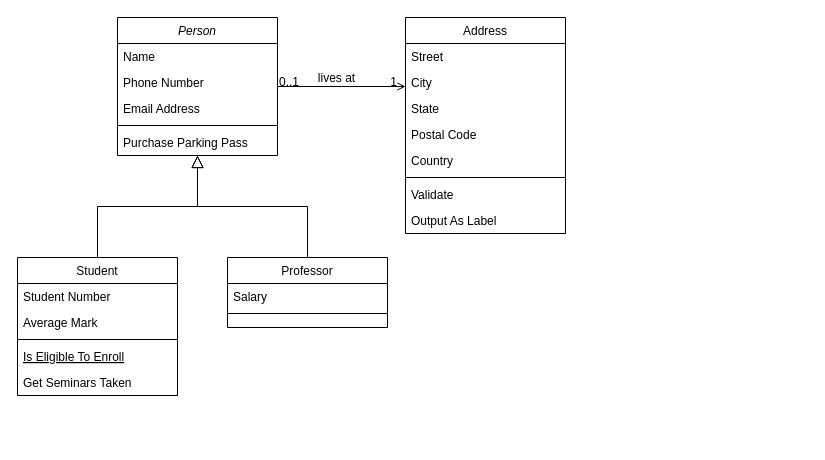
Above: flight-management/Flight Management.drawio in Furkanber/patika-oop (draw.io), before the change. Source tidied: cells renumbered, new cells numbered last; positions are measured from the earlier drawing's top-left corner, leaving out a move shared by most shapes. Both pictures are drawn from the tidied source at 100%, with x=0, y=0 at pixel (17, 17).
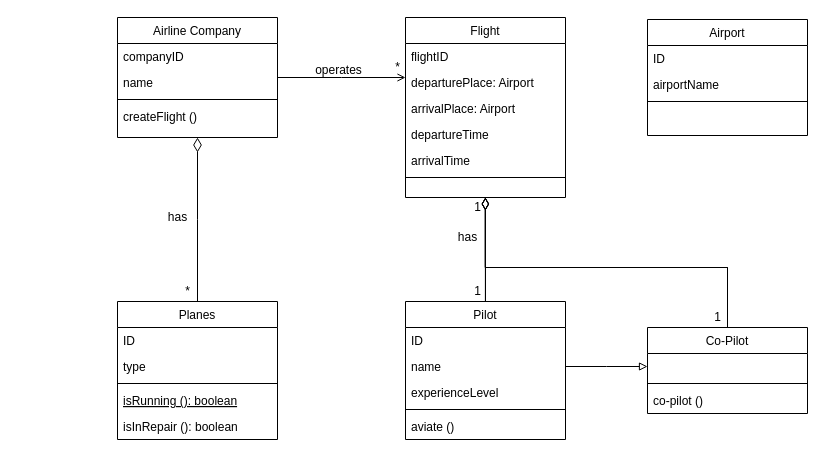
The same diagram, later.

Unchanged cells that the change refers to:
```xml
<mxCell id="28" style="endArrow=open;shadow=0;strokeWidth=1;rounded=0;endFill=1;edgeStyle=elbowEdgeStyle;elbow=vertical;" parent="1" edge="1" source="2" target="19">
  <mxGeometry x="0.5" y="41" relative="1" as="geometry">
    <mxPoint x="-40" y="32" as="offset" />
  </mxGeometry>
</mxCell>
```

The edit, as a diff of the source:
```diff
@@
-    <mxCell id="2" value="Person" style="swimlane;fontStyle=2;align=center;verticalAlign=top;horizontal=1;startSize=26;rounded=0;shadow=0;strokeWidth=1;" parent="1" vertex="1">
-      <mxGeometry x="100" width="160" height="138" as="geometry" />
+    <mxCell id="2" value="Airline Company" style="swimlane;fontStyle=0;align=center;verticalAlign=top;horizontal=1;startSize=26;rounded=0;shadow=0;strokeWidth=1;" parent="1" vertex="1">
+      <mxGeometry x="100" width="160" height="120" as="geometry" />
     </mxCell>
-    <mxCell id="3" value="Name" style="text;align=left;verticalAlign=top;spacingLeft=4;spacingRight=4;overflow=hidden;" parent="2" vertex="1">
+    <mxCell id="3" value="companyID" style="text;align=left;verticalAlign=top;spacingLeft=4;spacingRight=4;overflow=hidden;" parent="2" vertex="1">
       <mxGeometry y="26" width="160" height="26" as="geometry" />
     </mxCell>
-    <mxCell id="4" value="Phone Number" style="text;align=left;verticalAlign=top;spacingLeft=4;spacingRight=4;overflow=hidden;rounded=0;shadow=0;html=0;" parent="2" vertex="1">
+    <mxCell id="4" value="name" style="text;align=left;verticalAlign=top;spacingLeft=4;spacingRight=4;overflow=hidden;rounded=0;shadow=0;html=0;" parent="2" vertex="1">
       <mxGeometry y="52" width="160" height="26" as="geometry" />
     </mxCell>
-    <mxCell id="5" value="Email Address" style="text;align=left;verticalAlign=top;spacingLeft=4;spacingRight=4;overflow=hidden;rounded=0;shadow=0;html=0;" parent="2" vertex="1">
-      <mxGeometry y="78" width="160" height="26" as="geometry" />
-    </mxCell>
     <mxCell id="6" style="line;html=1;strokeWidth=1;align=left;verticalAlign=middle;spacingTop=-1;spacingLeft=3;spacingRight=3;labelPosition=right;" parent="2" vertex="1">
-      <mxGeometry y="104" width="160" height="8" as="geometry" />
+      <mxGeometry y="78" width="160" height="8" as="geometry" />
     </mxCell>
-    <mxCell id="7" value="Purchase Parking Pass" style="text;align=left;verticalAlign=top;spacingLeft=4;spacingRight=4;overflow=hidden;" parent="2" vertex="1">
-      <mxGeometry y="112" width="160" height="26" as="geometry" />
+    <mxCell id="7" value="createFlight ()" style="text;align=left;verticalAlign=top;spacingLeft=4;spacingRight=4;overflow=hidden;" parent="2" vertex="1">
+      <mxGeometry y="86" width="160" height="26" as="geometry" />
     </mxCell>
-    <mxCell id="8" value="Student" style="swimlane;fontStyle=0;align=center;verticalAlign=top;horizontal=1;startSize=26;rounded=0;shadow=0;strokeWidth=1;" parent="1" vertex="1">
-      <mxGeometry y="240" width="160" height="138" as="geometry" />
+    <mxCell id="8" value="Planes" style="swimlane;fontStyle=0;align=center;verticalAlign=top;horizontal=1;startSize=26;rounded=0;shadow=0;strokeWidth=1;" parent="1" vertex="1">
+      <mxGeometry x="100" y="284" width="160" height="138" as="geometry" />
     </mxCell>
-    <mxCell id="9" value="Student Number" style="text;align=left;verticalAlign=top;spacingLeft=4;spacingRight=4;overflow=hidden;" parent="8" vertex="1">
+    <mxCell id="9" value="ID" style="text;align=left;verticalAlign=top;spacingLeft=4;spacingRight=4;overflow=hidden;" parent="8" vertex="1">
       <mxGeometry y="26" width="160" height="26" as="geometry" />
     </mxCell>
-    <mxCell id="10" value="Average Mark" style="text;align=left;verticalAlign=top;spacingLeft=4;spacingRight=4;overflow=hidden;rounded=0;shadow=0;html=0;" parent="8" vertex="1">
+    <mxCell id="10" value="type" style="text;align=left;verticalAlign=top;spacingLeft=4;spacingRight=4;overflow=hidden;rounded=0;shadow=0;html=0;" parent="8" vertex="1">
       <mxGeometry y="52" width="160" height="26" as="geometry" />
     </mxCell>
@@
-    <mxCell id="12" value="Is Eligible To Enroll" style="text;align=left;verticalAlign=top;spacingLeft=4;spacingRight=4;overflow=hidden;fontStyle=4;" parent="8" vertex="1">
+    <mxCell id="12" value="isRunning (): boolean" style="text;align=left;verticalAlign=top;spacingLeft=4;spacingRight=4;overflow=hidden;fontStyle=4;" parent="8" vertex="1">
       <mxGeometry y="86" width="160" height="26" as="geometry" />
     </mxCell>
-    <mxCell id="13" value="Get Seminars Taken" style="text;align=left;verticalAlign=top;spacingLeft=4;spacingRight=4;overflow=hidden;" parent="8" vertex="1">
+    <mxCell id="13" value="isInRepair (): boolean" style="text;align=left;verticalAlign=top;spacingLeft=4;spacingRight=4;overflow=hidden;" parent="8" vertex="1">
       <mxGeometry y="112" width="160" height="26" as="geometry" />
     </mxCell>
-    <mxCell id="14" style="endArrow=block;endSize=10;endFill=0;shadow=0;strokeWidth=1;rounded=0;edgeStyle=elbowEdgeStyle;elbow=vertical;" parent="1" edge="1" source="8" target="2">
+    <mxCell id="14" style="endArrow=diamondThin;endSize=12;endFill=0;shadow=0;strokeWidth=1;rounded=0;edgeStyle=elbowEdgeStyle;elbow=vertical;" parent="1" edge="1" source="8" target="2">
       <mxGeometry relative="1" as="geometry" />
     </mxCell>
-    <mxCell id="15" value="Professor" style="swimlane;fontStyle=0;align=center;verticalAlign=top;horizontal=1;startSize=26;rounded=0;shadow=0;strokeWidth=1;" parent="1" vertex="1">
-      <mxGeometry x="210" y="240" width="160" height="70" as="geometry" />
-    </mxCell>
-    <mxCell id="16" value="Salary" style="text;align=left;verticalAlign=top;spacingLeft=4;spacingRight=4;overflow=hidden;" parent="15" vertex="1">
-      <mxGeometry y="26" width="160" height="26" as="geometry" />
-    </mxCell>
-    <mxCell id="17" style="line;html=1;strokeWidth=1;align=left;verticalAlign=middle;spacingTop=-1;spacingLeft=3;spacingRight=3;labelPosition=right;" parent="15" vertex="1">
-      <mxGeometry y="52" width="160" height="8" as="geometry" />
-    </mxCell>
-    <mxCell id="18" style="endArrow=block;endSize=10;endFill=0;shadow=0;strokeWidth=1;rounded=0;edgeStyle=elbowEdgeStyle;elbow=vertical;" parent="1" edge="1" source="15" target="2">
-      <mxGeometry relative="1" as="geometry" />
-    </mxCell>
-    <mxCell id="19" value="Address" style="swimlane;fontStyle=0;align=center;verticalAlign=top;horizontal=1;startSize=26;rounded=0;shadow=0;strokeWidth=1;" parent="1" vertex="1">
-      <mxGeometry x="388" width="160" height="216" as="geometry" />
+    <mxCell id="19" value="Flight" style="swimlane;fontStyle=0;align=center;verticalAlign=top;horizontal=1;startSize=26;rounded=0;shadow=0;strokeWidth=1;" parent="1" vertex="1">
+      <mxGeometry x="388" width="160" height="180" as="geometry" />
     </mxCell>
-    <mxCell id="20" value="Street" style="text;align=left;verticalAlign=top;spacingLeft=4;spacingRight=4;overflow=hidden;" parent="19" vertex="1">
+    <mxCell id="20" value="flightID" style="text;align=left;verticalAlign=top;spacingLeft=4;spacingRight=4;overflow=hidden;" parent="19" vertex="1">
       <mxGeometry y="26" width="160" height="26" as="geometry" />
     </mxCell>
-    <mxCell id="21" value="City" style="text;align=left;verticalAlign=top;spacingLeft=4;spacingRight=4;overflow=hidden;rounded=0;shadow=0;html=0;" parent="19" vertex="1">
+    <mxCell id="21" value="departurePlace: Airport" style="text;align=left;verticalAlign=top;spacingLeft=4;spacingRight=4;overflow=hidden;rounded=0;shadow=0;html=0;" parent="19" vertex="1">
       <mxGeometry y="52" width="160" height="26" as="geometry" />
     </mxCell>
-    <mxCell id="22" value="State" style="text;align=left;verticalAlign=top;spacingLeft=4;spacingRight=4;overflow=hidden;rounded=0;shadow=0;html=0;" parent="19" vertex="1">
+    <mxCell id="22" value="arrivalPlace: Airport" style="text;align=left;verticalAlign=top;spacingLeft=4;spacingRight=4;overflow=hidden;rounded=0;shadow=0;html=0;" parent="19" vertex="1">
       <mxGeometry y="78" width="160" height="26" as="geometry" />
     </mxCell>
-    <mxCell id="23" value="Postal Code" style="text;align=left;verticalAlign=top;spacingLeft=4;spacingRight=4;overflow=hidden;rounded=0;shadow=0;html=0;" parent="19" vertex="1">
+    <mxCell id="23" value="departureTime " style="text;align=left;verticalAlign=top;spacingLeft=4;spacingRight=4;overflow=hidden;rounded=0;shadow=0;html=0;" parent="19" vertex="1">
       <mxGeometry y="104" width="160" height="26" as="geometry" />
     </mxCell>
-    <mxCell id="24" value="Country" style="text;align=left;verticalAlign=top;spacingLeft=4;spacingRight=4;overflow=hidden;rounded=0;shadow=0;html=0;" parent="19" vertex="1">
+    <mxCell id="24" value="arrivalTime" style="text;align=left;verticalAlign=top;spacingLeft=4;spacingRight=4;overflow=hidden;rounded=0;shadow=0;html=0;" parent="19" vertex="1">
       <mxGeometry y="130" width="160" height="26" as="geometry" />
     </mxCell>
@@
-    <mxCell id="26" value="Validate" style="text;align=left;verticalAlign=top;spacingLeft=4;spacingRight=4;overflow=hidden;" parent="19" vertex="1">
-      <mxGeometry y="164" width="160" height="26" as="geometry" />
-    </mxCell>
-    <mxCell id="27" value="Output As Label" style="text;align=left;verticalAlign=top;spacingLeft=4;spacingRight=4;overflow=hidden;" parent="19" vertex="1">
-      <mxGeometry y="190" width="160" height="26" as="geometry" />
-    </mxCell>
@@
-    <mxCell id="29" value="0..1" style="align=left;verticalAlign=bottom;labelBackgroundColor=none;fontSize=12;" parent="28" vertex="1">
-      <mxGeometry x="-1" relative="1" as="geometry">
-        <mxPoint y="4" as="offset" />
-      </mxGeometry>
-    </mxCell>
-    <mxCell id="30" value="1" style="align=right;verticalAlign=bottom;labelBackgroundColor=none;fontSize=12;" parent="28" vertex="1">
-      <mxGeometry x="1" relative="1" as="geometry">
-        <mxPoint x="-7" y="4" as="offset" />
-      </mxGeometry>
-    </mxCell>
-    <mxCell id="31" value="lives at" style="text;html=1;align=center;verticalAlign=middle;labelBackgroundColor=none;rounded=0;shadow=0;strokeWidth=1;fontSize=12;" parent="28" vertex="1">
+    <mxCell id="31" value="operates" style="text;html=1;align=center;verticalAlign=middle;labelBackgroundColor=none;rounded=0;shadow=0;strokeWidth=1;fontSize=12;" parent="28" vertex="1">
       <mxGeometry x="0.5" y="49" relative="1" as="geometry">
-        <mxPoint x="-38" y="40" as="offset" />
+        <mxPoint x="-36" y="41" as="offset" />
       </mxGeometry>
     </mxCell>
+    <mxCell id="32" value="Pilot" style="swimlane;fontStyle=0;align=center;verticalAlign=top;horizontal=1;startSize=26;rounded=0;shadow=0;strokeWidth=1;" parent="1" vertex="1">
+      <mxGeometry x="388" y="284" width="160" height="138" as="geometry" />
+    </mxCell>
+    <mxCell id="33" value="ID" style="text;align=left;verticalAlign=top;spacingLeft=4;spacingRight=4;overflow=hidden;" parent="32" vertex="1">
+      <mxGeometry y="26" width="160" height="26" as="geometry" />
+    </mxCell>
+    <mxCell id="34" value="name" style="text;align=left;verticalAlign=top;spacingLeft=4;spacingRight=4;overflow=hidden;points=[[0,0.5],[1,0.5]];portConstraint=eastwest;" parent="32" vertex="1">
+      <mxGeometry y="52" width="160" height="26" as="geometry" />
+    </mxCell>
+    <mxCell id="35" value="experienceLevel" style="text;align=left;verticalAlign=top;spacingLeft=4;spacingRight=4;overflow=hidden;" parent="32" vertex="1">
+      <mxGeometry y="78" width="160" height="26" as="geometry" />
+    </mxCell>
+    <mxCell id="36" style="line;html=1;strokeWidth=1;align=left;verticalAlign=middle;spacingTop=-1;spacingLeft=3;spacingRight=3;labelPosition=right;" parent="32" vertex="1">
+      <mxGeometry y="104" width="160" height="8" as="geometry" />
+    </mxCell>
+    <mxCell id="37" value="aviate ()" style="text;align=left;verticalAlign=top;spacingLeft=4;spacingRight=4;overflow=hidden;" parent="32" vertex="1">
+      <mxGeometry y="112" width="160" height="26" as="geometry" />
+    </mxCell>
+    <mxCell id="38" style="edgeStyle=orthogonalEdgeStyle;rounded=0;jettySize=auto;html=1;exitX=0.5;exitY=0;exitDx=0;exitDy=0;endArrow=diamondThin;endFill=0;endSize=10;" parent="1" edge="1" source="32">
+      <mxGeometry relative="1" as="geometry">
+        <mxPoint x="468" y="180" as="targetPoint" />
+        <Array as="points">
+          <mxPoint x="468" y="250" />
+          <mxPoint x="468" y="250" />
+        </Array>
+      </mxGeometry>
+    </mxCell>
+    <mxCell id="39" value="Airport" style="swimlane;fontStyle=0;align=center;verticalAlign=top;horizontal=1;startSize=26;rounded=0;shadow=0;strokeWidth=1;" parent="1" vertex="1">
+      <mxGeometry x="630" y="2" width="160" height="116" as="geometry" />
+    </mxCell>
+    <mxCell id="40" value="ID" style="text;align=left;verticalAlign=top;spacingLeft=4;spacingRight=4;overflow=hidden;" parent="39" vertex="1">
+      <mxGeometry y="26" width="160" height="26" as="geometry" />
+    </mxCell>
+    <mxCell id="41" value="airportName" style="text;align=left;verticalAlign=top;spacingLeft=4;spacingRight=4;overflow=hidden;" parent="39" vertex="1">
+      <mxGeometry y="52" width="160" height="26" as="geometry" />
+    </mxCell>
+    <mxCell id="42" style="line;html=1;strokeWidth=1;align=left;verticalAlign=middle;spacingTop=-1;spacingLeft=3;spacingRight=3;labelPosition=right;" parent="39" vertex="1">
+      <mxGeometry y="78" width="160" height="8" as="geometry" />
+    </mxCell>
+    <mxCell id="43" value="1" style="text;html=1;align=center;verticalAlign=middle;strokeColor=none;" parent="1" vertex="1">
+      <mxGeometry x="450" y="264" width="20" height="20" as="geometry" />
+    </mxCell>
+    <mxCell id="44" value="*" style="text;html=1;align=center;verticalAlign=middle;strokeColor=none;" parent="1" vertex="1">
+      <mxGeometry x="370" y="40" width="20" height="20" as="geometry" />
+    </mxCell>
+    <mxCell id="45" value="1" style="text;html=1;align=center;verticalAlign=middle;strokeColor=none;" parent="1" vertex="1">
+      <mxGeometry x="450" y="180" width="20" height="20" as="geometry" />
+    </mxCell>
+    <mxCell id="46" value="*" style="text;html=1;align=center;verticalAlign=middle;strokeColor=none;" parent="1" vertex="1">
+      <mxGeometry x="160" y="264" width="20" height="20" as="geometry" />
+    </mxCell>
+    <mxCell id="47" value="Co-Pilot" style="swimlane;fontStyle=0;align=center;verticalAlign=top;horizontal=1;startSize=26;rounded=0;shadow=0;strokeWidth=1;" parent="1" vertex="1">
+      <mxGeometry x="630" y="310" width="160" height="86" as="geometry" />
+    </mxCell>
+    <mxCell id="48" value=" " style="text;align=left;verticalAlign=top;spacingLeft=4;spacingRight=4;overflow=hidden;" parent="47" vertex="1">
+      <mxGeometry y="26" width="160" height="26" as="geometry" />
+    </mxCell>
+    <mxCell id="17" style="line;html=1;strokeWidth=1;align=left;verticalAlign=middle;spacingTop=-1;spacingLeft=3;spacingRight=3;labelPosition=right;" parent="47" vertex="1">
+      <mxGeometry y="52" width="160" height="8" as="geometry" />
+    </mxCell>
+    <mxCell id="49" value="co-pilot ()" style="text;align=left;verticalAlign=top;spacingLeft=4;spacingRight=4;overflow=hidden;" parent="47" vertex="1">
+      <mxGeometry y="60" width="160" height="26" as="geometry" />
+    </mxCell>
+    <mxCell id="50" style="edgeStyle=orthogonalEdgeStyle;rounded=0;jettySize=auto;html=1;endArrow=block;endFill=0;" parent="1" edge="1" source="34">
+      <mxGeometry relative="1" as="geometry">
+        <mxPoint x="630" y="349" as="targetPoint" />
+      </mxGeometry>
+    </mxCell>
+    <mxCell id="51" style="edgeStyle=orthogonalEdgeStyle;rounded=0;jettySize=auto;html=1;endArrow=diamondThin;endFill=0;exitX=0.5;exitY=0;exitDx=0;exitDy=0;endSize=10;" parent="1" edge="1" source="47">
+      <mxGeometry relative="1" as="geometry">
+        <mxPoint x="467.8" y="180" as="targetPoint" />
+        <Array as="points">
+          <mxPoint x="710" y="250" />
+          <mxPoint x="468" y="250" />
+        </Array>
+      </mxGeometry>
+    </mxCell>
+    <mxCell id="52" value="1" style="text;html=1;align=center;verticalAlign=middle;strokeColor=none;" parent="1" vertex="1">
+      <mxGeometry x="690" y="290" width="20" height="20" as="geometry" />
+    </mxCell>
+    <mxCell id="53" value="has" style="text;html=1;align=center;verticalAlign=middle;strokeColor=none;" parent="1" vertex="1">
+      <mxGeometry x="140" y="190" width="40" height="20" as="geometry" />
+    </mxCell>
+    <mxCell id="54" value="has" style="text;html=1;align=center;verticalAlign=middle;strokeColor=none;" parent="1" vertex="1">
+      <mxGeometry x="430" y="210" width="40" height="20" as="geometry" />
+    </mxCell>
+    <mxCell id="55" style="edgeStyle=orthogonalEdgeStyle;rounded=0;orthogonalLoop=1;jettySize=auto;html=1;endArrow=diamondThin;endFill=0;exitX=0.5;exitY=0;exitDx=0;exitDy=0;endSize=10;" parent="1" edge="1">
+      <mxGeometry relative="1" as="geometry">
+        <mxPoint x="710" y="310" as="sourcePoint" />
+        <mxPoint x="467.8" y="180" as="targetPoint" />
+        <Array as="points">
+          <mxPoint x="710" y="250" />
+          <mxPoint x="468" y="250" />
+        </Array>
+      </mxGeometry>
+    </mxCell>
+    <mxCell id="56" style="edgeStyle=orthogonalEdgeStyle;rounded=0;orthogonalLoop=1;jettySize=auto;html=1;exitX=0.5;exitY=0;exitDx=0;exitDy=0;endArrow=diamondThin;endFill=0;endSize=10;" parent="1" edge="1">
+      <mxGeometry relative="1" as="geometry">
+        <mxPoint x="467.9" y="284" as="sourcePoint" />
+        <mxPoint x="467.9" y="180" as="targetPoint" />
+        <Array as="points">
+          <mxPoint x="467.9" y="250" />
+          <mxPoint x="467.9" y="250" />
+        </Array>
+      </mxGeometry>
+    </mxCell>
```
